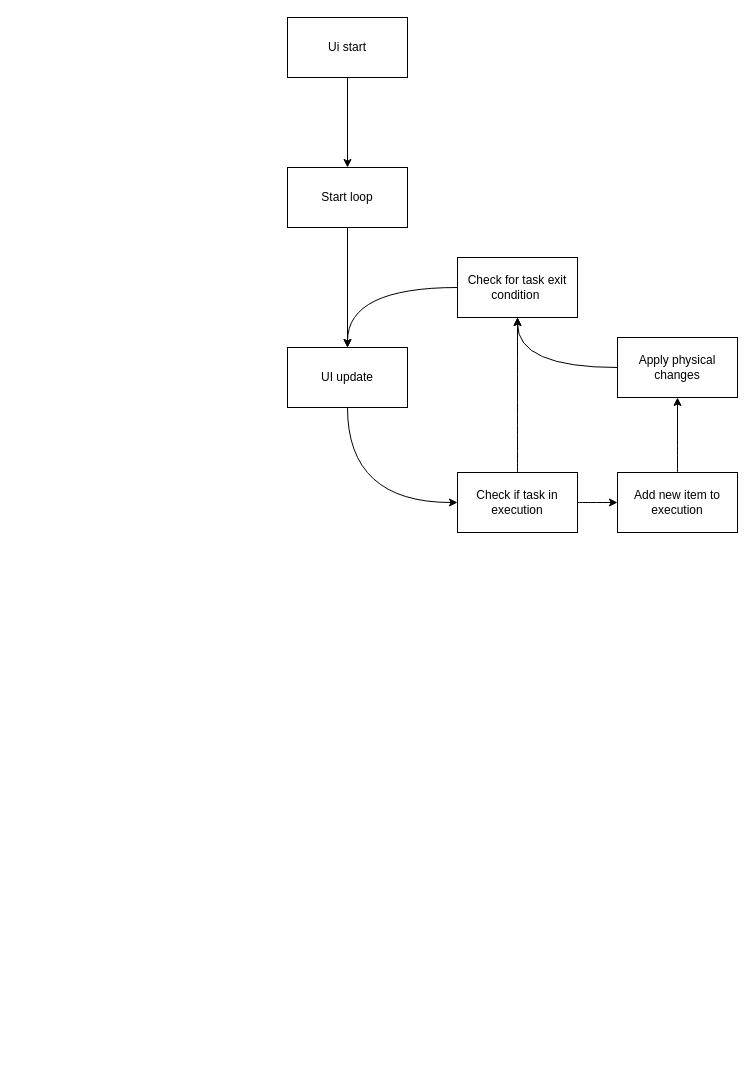
Above: Docs/Robot relationship.drawio in haakonsmith/201901312-FTC (draw.io), before the change. Source tidied: cells renumbered, new cells numbered last; positions are measured from the earlier drawing's top-left corner, leaving out a move shared by most shapes. Both pictures are drawn from the tidied source at 100%, with x=0, y=0 at pixel (287, 17).
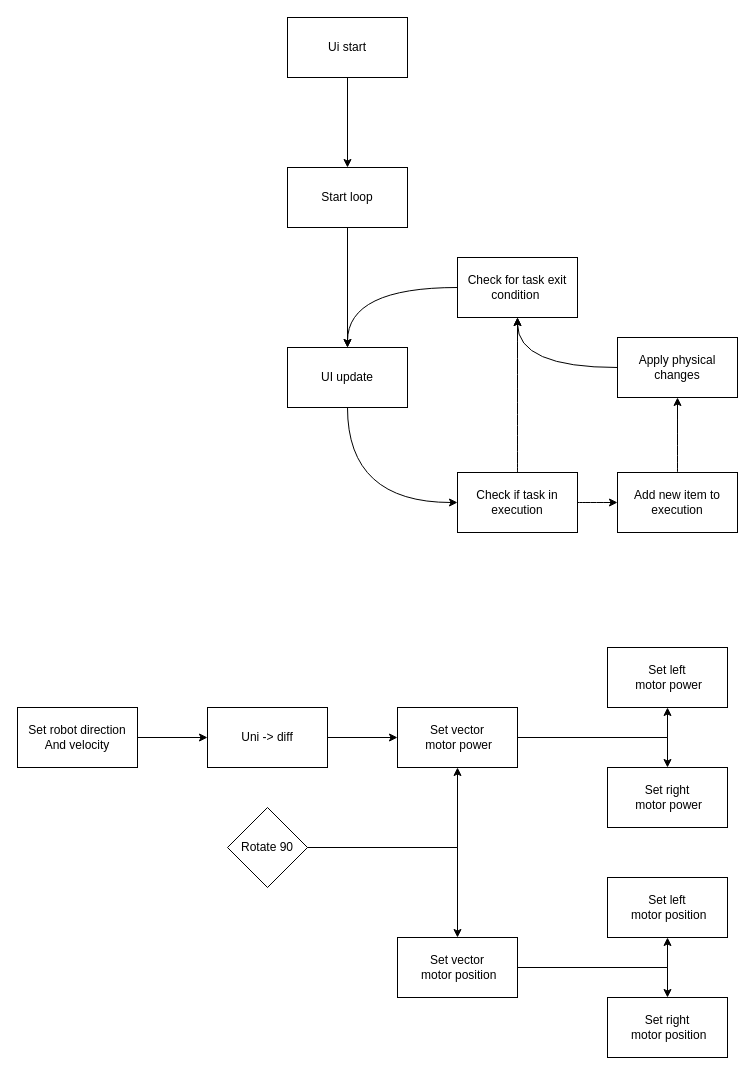
The same diagram, later.

The edit, as a diff of the source:
```diff
@@
+    <mxCell id="17" value="Set left&lt;br&gt;&amp;nbsp;motor power" style="rounded=0;whiteSpace=wrap;html=1;" parent="1" vertex="1">
+      <mxGeometry x="320" y="630" width="120" height="60" as="geometry" />
+    </mxCell>
+    <mxCell id="18" value="Set right&lt;br&gt;&amp;nbsp;motor power" style="rounded=0;whiteSpace=wrap;html=1;" parent="1" vertex="1">
+      <mxGeometry x="320" y="750" width="120" height="60" as="geometry" />
+    </mxCell>
+    <mxCell id="19" style="edgeStyle=orthogonalEdgeStyle;rounded=0;jettySize=auto;html=1;entryX=0.5;entryY=0;entryDx=0;entryDy=0;" parent="1" edge="1" source="21" target="18">
+      <mxGeometry relative="1" as="geometry" />
+    </mxCell>
+    <mxCell id="20" style="edgeStyle=orthogonalEdgeStyle;rounded=0;jettySize=auto;html=1;entryX=0.5;entryY=1;entryDx=0;entryDy=0;" parent="1" edge="1" source="21" target="17">
+      <mxGeometry relative="1" as="geometry" />
+    </mxCell>
+    <mxCell id="21" value="Set vector&lt;br&gt;&amp;nbsp;motor power" style="rounded=0;whiteSpace=wrap;html=1;" parent="1" vertex="1">
+      <mxGeometry x="110" y="690" width="120" height="60" as="geometry" />
+    </mxCell>
+    <mxCell id="22" style="edgeStyle=orthogonalEdgeStyle;rounded=0;jettySize=auto;html=1;" parent="1" edge="1" source="23" target="25">
+      <mxGeometry relative="1" as="geometry" />
+    </mxCell>
+    <mxCell id="23" value="Set robot direction&lt;br&gt;And velocity" style="rounded=0;whiteSpace=wrap;html=1;" parent="1" vertex="1">
+      <mxGeometry x="-270" y="690" width="120" height="60" as="geometry" />
+    </mxCell>
+    <mxCell id="24" style="edgeStyle=orthogonalEdgeStyle;rounded=0;jettySize=auto;html=1;" parent="1" edge="1" source="25" target="21">
+      <mxGeometry relative="1" as="geometry" />
+    </mxCell>
+    <mxCell id="25" value="Uni -&amp;gt; diff" style="rounded=0;whiteSpace=wrap;html=1;" parent="1" vertex="1">
+      <mxGeometry x="-80" y="690" width="120" height="60" as="geometry" />
+    </mxCell>
+    <mxCell id="26" style="edgeStyle=orthogonalEdgeStyle;rounded=0;jettySize=auto;html=1;entryX=0.5;entryY=1;entryDx=0;entryDy=0;" parent="1" edge="1" source="28" target="21">
+      <mxGeometry relative="1" as="geometry" />
+    </mxCell>
+    <mxCell id="27" style="edgeStyle=orthogonalEdgeStyle;rounded=0;jettySize=auto;html=1;" parent="1" edge="1" source="28" target="33">
+      <mxGeometry relative="1" as="geometry" />
+    </mxCell>
+    <mxCell id="28" value="Rotate 90" style="rhombus;whiteSpace=wrap;html=1;" parent="1" vertex="1">
+      <mxGeometry x="-60" y="790" width="80" height="80" as="geometry" />
+    </mxCell>
+    <mxCell id="29" value="Set left&lt;br&gt;&amp;nbsp;motor position" style="rounded=0;whiteSpace=wrap;html=1;" parent="1" vertex="1">
+      <mxGeometry x="320" y="860" width="120" height="60" as="geometry" />
+    </mxCell>
+    <mxCell id="30" value="Set right&lt;br&gt;&amp;nbsp;motor position" style="rounded=0;whiteSpace=wrap;html=1;" parent="1" vertex="1">
+      <mxGeometry x="320" y="980" width="120" height="60" as="geometry" />
+    </mxCell>
+    <mxCell id="31" style="edgeStyle=orthogonalEdgeStyle;rounded=0;jettySize=auto;html=1;entryX=0.5;entryY=1;entryDx=0;entryDy=0;" parent="1" edge="1" source="33" target="29">
+      <mxGeometry relative="1" as="geometry" />
+    </mxCell>
+    <mxCell id="32" style="edgeStyle=orthogonalEdgeStyle;rounded=0;jettySize=auto;html=1;entryX=0.5;entryY=0;entryDx=0;entryDy=0;" parent="1" edge="1" source="33" target="30">
+      <mxGeometry relative="1" as="geometry" />
+    </mxCell>
+    <mxCell id="33" value="Set vector&lt;br&gt;&amp;nbsp;motor position" style="rounded=0;whiteSpace=wrap;html=1;" parent="1" vertex="1">
+      <mxGeometry x="110" y="920" width="120" height="60" as="geometry" />
+    </mxCell>
```
